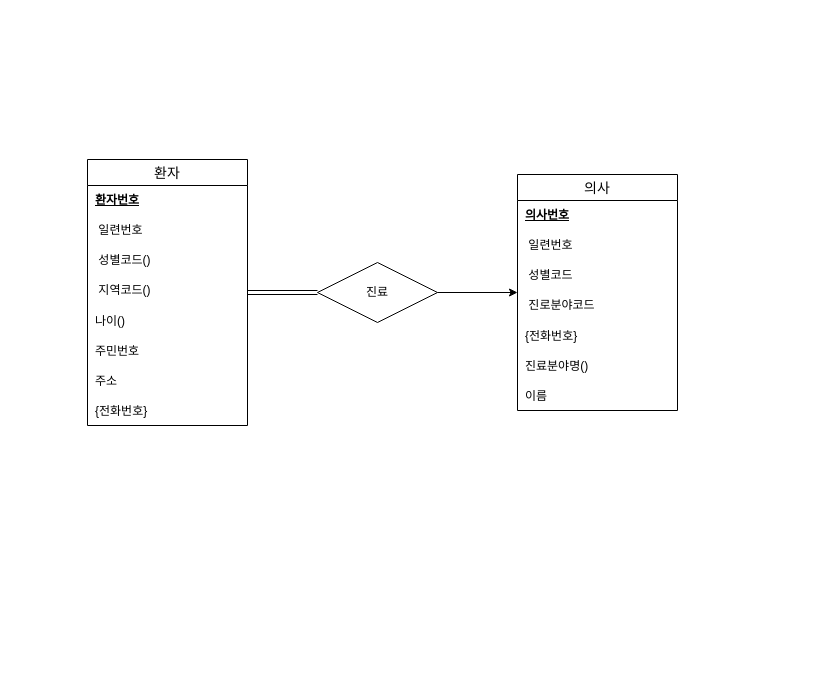
This is assignment/데이터베이스시스템_출석과제_최문성_202334-366307.drawio from ostrichick/Workspace_MS, a draw.io file, before an edit. Source tidied: cells renumbered, new cells numbered last; positions are measured from the earlier drawing's top-left corner, leaving out a move shared by most shapes. Both pictures are drawn from the tidied source at 100%, with x=0, y=0 at pixel (87, 159).
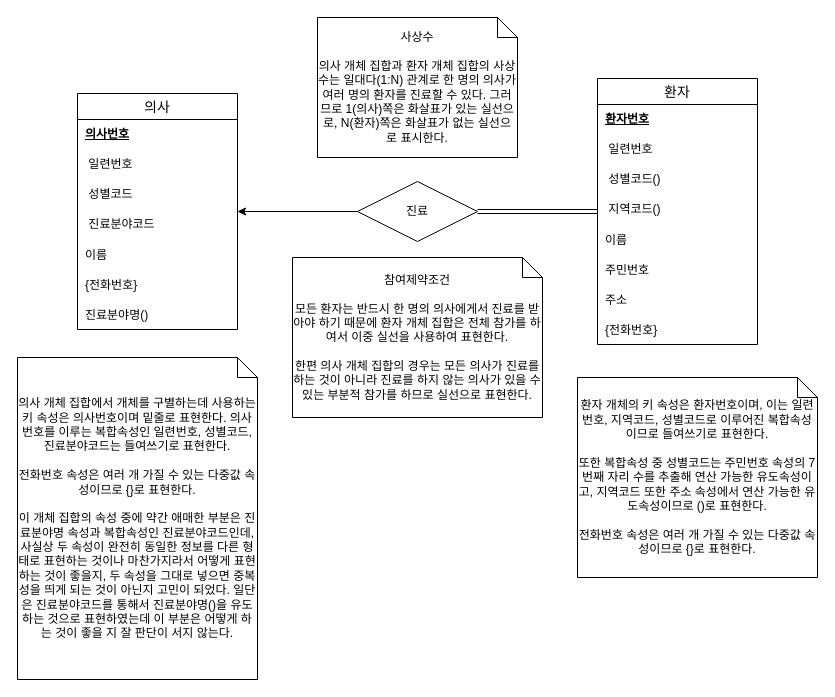
The same diagram, later.

Commit message:
Update 데이터베이스시스템_출석과제_최문성_202334-366307.drawio

What changed in the source:
```diff
@@
     <mxCell id="2" value="&lt;div&gt;진료&lt;/div&gt;" style="shape=rhombus;perimeter=rhombusPerimeter;whiteSpace=wrap;html=1;align=center;" parent="1" vertex="1">
-      <mxGeometry x="230" y="103" width="120" height="60" as="geometry" />
+      <mxGeometry x="270" y="22" width="120" height="60" as="geometry" />
     </mxCell>
@@
     <mxCell id="4" value="환자" style="swimlane;fontStyle=0;horizontal=1;startSize=26;align=center;fontSize=14;" parent="1" vertex="1">
-      <mxGeometry width="160" height="266" as="geometry" />
+      <mxGeometry x="510" y="-81" width="160" height="266" as="geometry" />
     </mxCell>
@@
-    <mxCell id="9" value="나이()" style="shape=partialRectangle;fillColor=none;top=0;left=0;bottom=0;right=0;align=left;spacingLeft=6;overflow=hidden;" parent="4" vertex="1">
+    <mxCell id="9" value="이름" style="shape=partialRectangle;fillColor=none;top=0;left=0;bottom=0;right=0;align=left;spacingLeft=6;overflow=hidden;" parent="4" vertex="1">
       <mxGeometry y="146" width="160" height="30" as="geometry" />
     </mxCell>
@@
     <mxCell id="14" value="의사" style="swimlane;fontStyle=0;horizontal=1;startSize=26;align=center;fontSize=14;" parent="1" vertex="1">
-      <mxGeometry x="430" y="15" width="160" height="236" as="geometry" />
+      <mxGeometry x="-10" y="-66" width="160" height="236" as="geometry" />
     </mxCell>
@@
-    <mxCell id="18" value="&lt;span style=&quot;white-space: pre;&quot;&gt; &lt;/span&gt;진로분야코드" style="shape=partialRectangle;fillColor=none;top=0;left=0;bottom=0;right=0;align=left;spacingLeft=6;overflow=hidden;whiteSpace=wrap;html=1;" parent="14" vertex="1">
+    <mxCell id="18" value="&lt;span style=&quot;white-space: pre;&quot;&gt; &lt;/span&gt;진료분야코드" style="shape=partialRectangle;fillColor=none;top=0;left=0;bottom=0;right=0;align=left;spacingLeft=6;overflow=hidden;whiteSpace=wrap;html=1;" parent="14" vertex="1">
       <mxGeometry y="116" width="160" height="30" as="geometry" />
     </mxCell>
+    <mxCell id="21" value="이름" style="shape=partialRectangle;fillColor=none;top=0;left=0;bottom=0;right=0;align=left;spacingLeft=6;overflow=hidden;" parent="14" vertex="1">
+      <mxGeometry y="146" width="160" height="30" as="geometry" />
+    </mxCell>
     <mxCell id="19" value="{전화번호}" style="shape=partialRectangle;fillColor=none;top=0;left=0;bottom=0;right=0;align=left;spacingLeft=6;overflow=hidden;" parent="14" vertex="1">
-      <mxGeometry y="146" width="160" height="30" as="geometry" />
+      <mxGeometry y="176" width="160" height="30" as="geometry" />
     </mxCell>
     <mxCell id="20" value="진료분야명()" style="shape=partialRectangle;fillColor=none;top=0;left=0;bottom=0;right=0;align=left;spacingLeft=6;overflow=hidden;" parent="14" vertex="1">
-      <mxGeometry y="176" width="160" height="30" as="geometry" />
+      <mxGeometry y="206" width="160" height="30" as="geometry" />
     </mxCell>
-    <mxCell id="21" value="이름" style="shape=partialRectangle;fillColor=none;top=0;left=0;bottom=0;right=0;align=left;spacingLeft=6;overflow=hidden;" parent="14" vertex="1">
-      <mxGeometry y="206" width="160" height="30" as="geometry" />
-    </mxCell>
+    <mxCell id="22" value="&lt;div&gt;환자 개체의 키 속성은 환자번호이며, 이는 일련번호, 지역코드, 성별코드로 이루어진 복합속성이므로 들여쓰기로 표현한다.&lt;br&gt;&lt;/div&gt;&lt;div&gt;&lt;br&gt;&lt;/div&gt;&lt;div&gt;또한 복합속성 중 성별코드는 주민번호 속성의 7번째 자리 수를 추출해 연산 가능한 유도속성이고, 지역코드 또한 주소 속성에서 연산 가능한 유도속성이므로 ()로 표현한다.&lt;/div&gt;&lt;div&gt;&lt;br&gt;&lt;/div&gt;&lt;div&gt;전화번호 속성은 여러 개 가질 수 있는 다중값 속성이므로 {}로 표현한다.&lt;br&gt;&lt;/div&gt;" style="shape=note;size=20;whiteSpace=wrap;html=1;" parent="1" vertex="1">
+      <mxGeometry x="490" y="218" width="240" height="200" as="geometry" />
+    </mxCell>
+    <mxCell id="23" value="&lt;div&gt;의사 개체 집합에서 개체를 구별하는데 사용하는 키 속성은 의사번호이며 밑줄로 표현한다. 의사번호를 이루는 복합속성인 일련번호, 성별코드, 진료분야코드는 들여쓰기로 표현한다.&lt;/div&gt;&lt;div&gt;&lt;br&gt;&lt;/div&gt;&lt;div&gt;전화번호 속성은 여러 개 가질 수 있는 다중값 속성이므로 {}로 표현한다. &lt;br&gt;&lt;br&gt;이 개체 집합의 속성 중에 약간 애매한 부분은 진료분야명 속성과 복합속성인 진료분야코드인데, 사실상 두 속성이 완전히 동일한 정보를 다른 형태로 표현하는 것이나 마찬가지라서 어떻게 표현하는 것이 좋을지, 두 속성을 그대로 넣으면 중복성을 띄게 되는 것이 아닌지 고민이 되었다. 일단은 진료분야코드를 통해서 진료분야명()을 유도하는 것으로 표현하였는데 이 부분은 어떻게 하는 것이 좋을 지 잘 판단이 서지 않는다.&lt;br&gt;&lt;/div&gt;" style="shape=note;size=20;whiteSpace=wrap;html=1;" parent="1" vertex="1">
+      <mxGeometry x="-70" y="198" width="240" height="322" as="geometry" />
+    </mxCell>
+    <mxCell id="24" value="&lt;div&gt;사상수&lt;br&gt;&lt;/div&gt;&lt;div&gt;&lt;br&gt;&lt;/div&gt;&lt;div&gt;의사 개체 집합과 환자 개체 집합의 사상수는 일대다(1:N) 관계로 한 명의 의사가 여러 명의 환자를 진료할 수 있다. 그러므로 1(의사)쪽은 화살표가 있는 실선으로, N(환자)쪽은 화살표가 없는 실선으로 표시한다.&lt;br&gt;&lt;/div&gt;" style="shape=note;size=20;whiteSpace=wrap;html=1;" parent="1" vertex="1">
+      <mxGeometry x="230" y="-142" width="200" height="140" as="geometry" />
+    </mxCell>
+    <mxCell id="25" value="참여제약조건&lt;br&gt;&lt;br&gt;&lt;div&gt;모든 환자는 반드시 한 명의 의사에게서 진료를 받아야 하기 때문에 환자 개체 집합은 전체 참가를 하여서 이중 실선을 사용하여 표현한다.&lt;/div&gt;&lt;div&gt;&lt;br&gt;&lt;/div&gt;&lt;div&gt;한편 의사 개체 집합의 경우는 모든 의사가 진료를 하는 것이 아니라 진료를 하지 않는 의사가 있을 수 있는 부분적 참가를 하므로 실선으로 표현한다.&lt;br&gt;&lt;/div&gt;" style="shape=note;size=20;whiteSpace=wrap;html=1;" parent="1" vertex="1">
+      <mxGeometry x="205" y="98" width="250" height="160" as="geometry" />
+    </mxCell>
```
